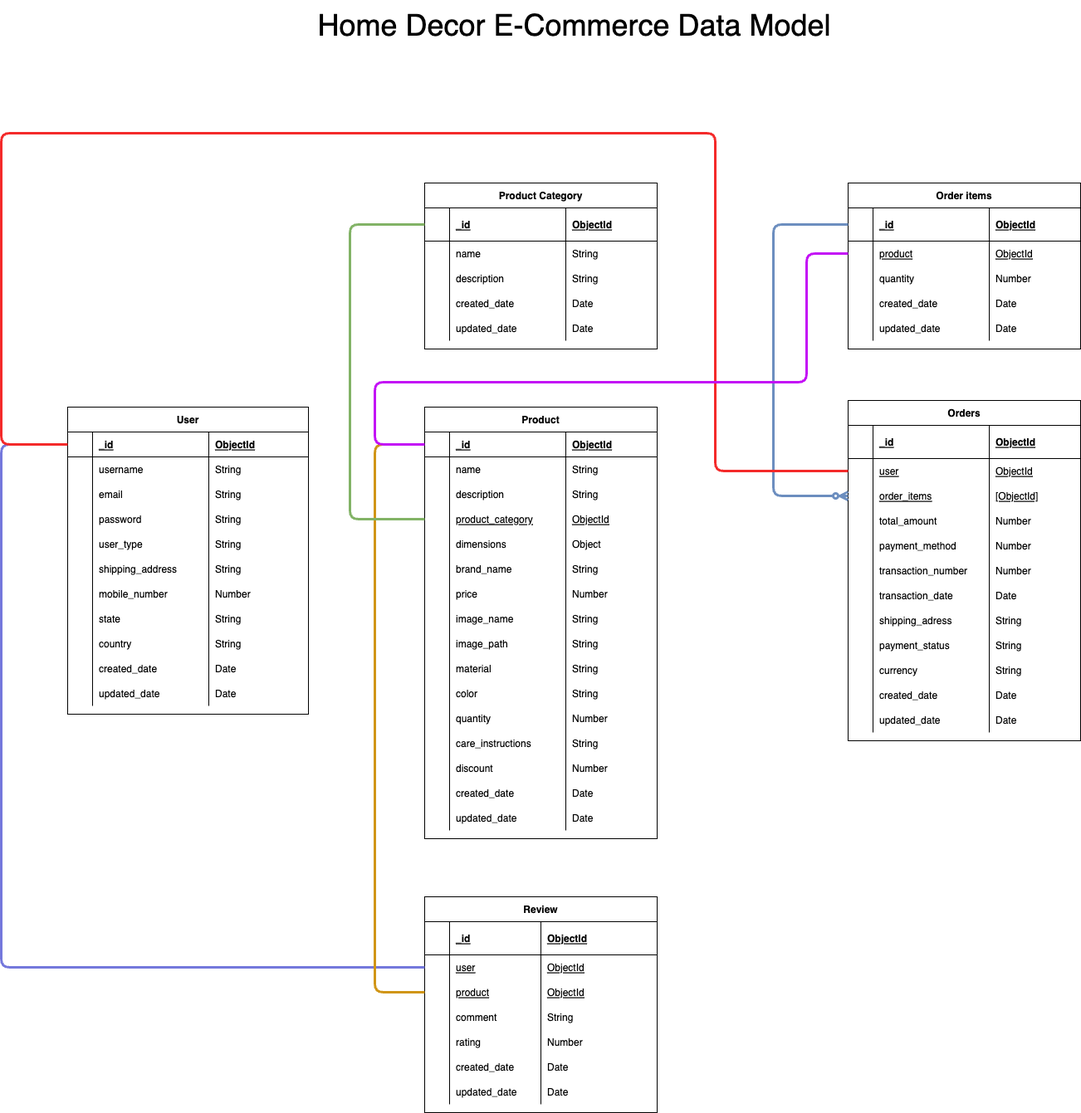
Earlier version of the draw.io export home-decor-schema-model.drawio.png (reshmanidhish/diagrams). Source tidied: cells renumbered, new cells last; positions are measured from the earlier drawing's top-left corner, leaving out a move shared by most shapes.
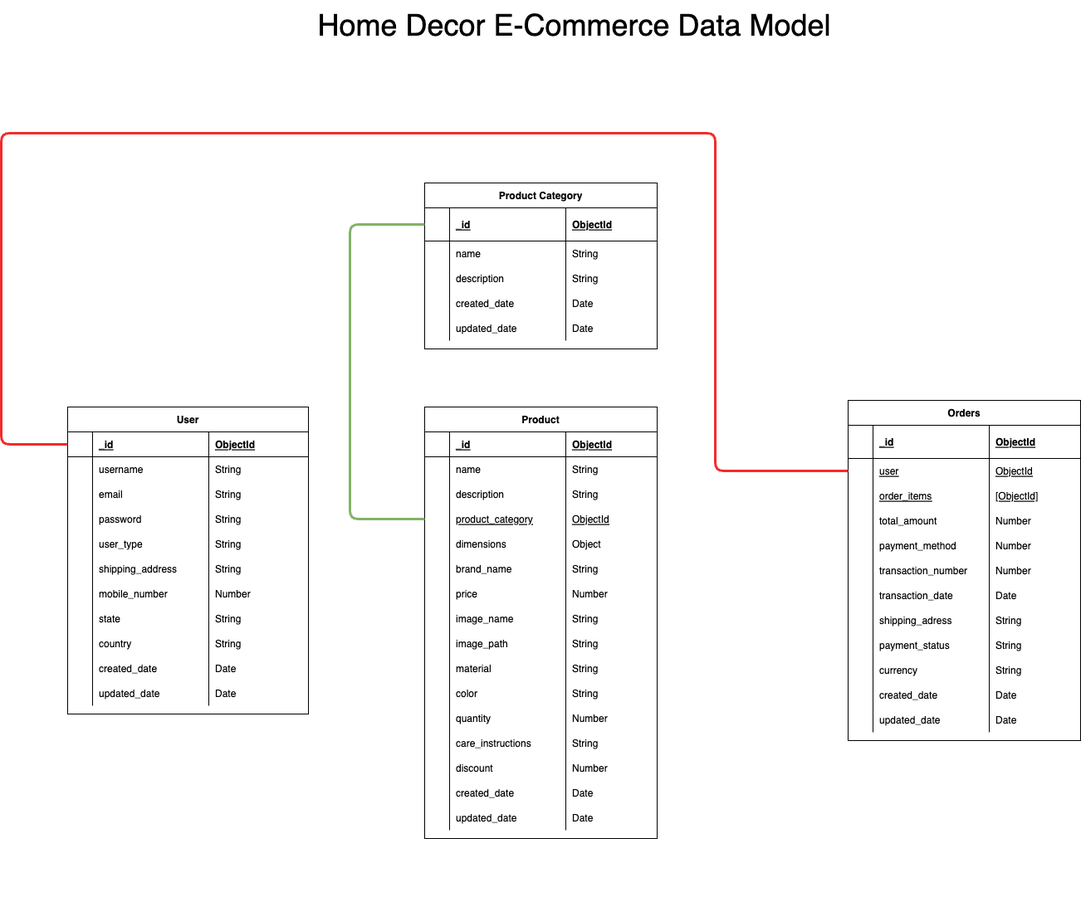
The same diagram one commit later.

The edit, as a diff of the source:
```diff
@@ -395,69 +395,6 @@
     <mxCell id="132" value="Date" style="shape=partialRectangle;overflow=hidden;fillColor=none;top=0;left=0;bottom=0;right=0;align=left;spacingLeft=6;" parent="129" vertex="1">
       <mxGeometry x="170" width="120" height="30" as="geometry" />
     </mxCell>
-    <mxCell id="133" value="Order items" style="shape=table;startSize=30;rowLines=0;fontStyle=1;align=center;columnLines=1;" parent="1" vertex="1">
-      <mxGeometry x="1020" y="220" width="280" height="200" as="geometry" />
-    </mxCell>
-    <mxCell id="134" style="shape=partialRectangle;fillColor=none;points=[[0,0.5],[1,0.5]];portConstraint=eastwest;top=0;left=0;right=0;bottom=1;" parent="133" vertex="1">
-      <mxGeometry y="30" width="280" height="40" as="geometry" />
-    </mxCell>
-    <mxCell id="135" style="shape=partialRectangle;overflow=hidden;fillColor=none;top=0;left=0;bottom=0;right=0;fontStyle=1;" parent="134" vertex="1">
-      <mxGeometry width="30" height="40" as="geometry" />
-    </mxCell>
-    <mxCell id="136" value="_id" style="shape=partialRectangle;overflow=hidden;fillColor=none;top=0;left=0;bottom=0;right=0;align=left;spacingLeft=6;fontStyle=5;" parent="134" vertex="1">
-      <mxGeometry x="30" width="140" height="40" as="geometry" />
-    </mxCell>
-    <mxCell id="137" value="ObjectId" style="shape=partialRectangle;overflow=hidden;fillColor=none;top=0;left=0;bottom=0;right=0;align=left;spacingLeft=6;fontStyle=5;" parent="134" vertex="1">
-      <mxGeometry x="170" width="110" height="40" as="geometry" />
-    </mxCell>
-    <mxCell id="138" style="shape=partialRectangle;fillColor=none;points=[[0,0.5],[1,0.5]];portConstraint=eastwest;top=0;left=0;right=0;bottom=0;" parent="133" vertex="1">
-      <mxGeometry y="70" width="280" height="30" as="geometry" />
-    </mxCell>
-    <mxCell id="139" style="shape=partialRectangle;overflow=hidden;fillColor=none;top=0;left=0;bottom=0;right=0;" parent="138" vertex="1">
-      <mxGeometry width="30" height="30" as="geometry" />
-    </mxCell>
-    <mxCell id="140" value="product" style="shape=partialRectangle;overflow=hidden;fillColor=none;top=0;left=0;bottom=0;right=0;align=left;spacingLeft=6;fontStyle=4;" parent="138" vertex="1">
-      <mxGeometry x="30" width="140" height="30" as="geometry" />
-    </mxCell>
-    <mxCell id="141" value="ObjectId" style="shape=partialRectangle;overflow=hidden;fillColor=none;top=0;left=0;bottom=0;right=0;align=left;spacingLeft=6;fontStyle=4;" parent="138" vertex="1">
-      <mxGeometry x="170" width="110" height="30" as="geometry" />
-    </mxCell>
-    <mxCell id="142" style="shape=partialRectangle;fillColor=none;top=0;left=0;right=0;bottom=0;" parent="133" vertex="1">
-      <mxGeometry y="100" width="280" height="30" as="geometry" />
-    </mxCell>
-    <mxCell id="143" style="shape=partialRectangle;overflow=hidden;fillColor=none;top=0;left=0;bottom=0;right=0;" parent="142" vertex="1">
-      <mxGeometry width="30" height="30" as="geometry" />
-    </mxCell>
-    <mxCell id="144" value="quantity" style="shape=partialRectangle;overflow=hidden;fillColor=none;top=0;left=0;bottom=0;right=0;align=left;spacingLeft=6;" parent="142" vertex="1">
-      <mxGeometry x="30" width="140" height="30" as="geometry" />
-    </mxCell>
-    <mxCell id="145" value="Number" style="shape=partialRectangle;overflow=hidden;fillColor=none;top=0;left=0;bottom=0;right=0;align=left;spacingLeft=6;" parent="142" vertex="1">
-      <mxGeometry x="170" width="110" height="30" as="geometry" />
-    </mxCell>
-    <mxCell id="146" style="shape=partialRectangle;fillColor=none;top=0;left=0;right=0;bottom=0;" parent="133" vertex="1">
-      <mxGeometry y="130" width="280" height="30" as="geometry" />
-    </mxCell>
-    <mxCell id="147" style="shape=partialRectangle;overflow=hidden;fillColor=none;top=0;left=0;bottom=0;right=0;" parent="146" vertex="1">
-      <mxGeometry width="30" height="30" as="geometry" />
-    </mxCell>
-    <mxCell id="148" value="created_date" style="shape=partialRectangle;overflow=hidden;fillColor=none;top=0;left=0;bottom=0;right=0;align=left;spacingLeft=6;" parent="146" vertex="1">
-      <mxGeometry x="30" width="140" height="30" as="geometry" />
-    </mxCell>
-    <mxCell id="149" value="Date" style="shape=partialRectangle;overflow=hidden;fillColor=none;top=0;left=0;bottom=0;right=0;align=left;spacingLeft=6;" parent="146" vertex="1">
-      <mxGeometry x="170" width="110" height="30" as="geometry" />
-    </mxCell>
-    <mxCell id="150" style="shape=partialRectangle;fillColor=none;top=0;left=0;right=0;bottom=0;" parent="133" vertex="1">
-      <mxGeometry y="160" width="280" height="30" as="geometry" />
-    </mxCell>
-    <mxCell id="151" style="shape=partialRectangle;overflow=hidden;fillColor=none;top=0;left=0;bottom=0;right=0;" parent="150" vertex="1">
-      <mxGeometry width="30" height="30" as="geometry" />
-    </mxCell>
-    <mxCell id="152" value="updated_date" style="shape=partialRectangle;overflow=hidden;fillColor=none;top=0;left=0;bottom=0;right=0;align=left;spacingLeft=6;" parent="150" vertex="1">
-      <mxGeometry x="30" width="140" height="30" as="geometry" />
-    </mxCell>
-    <mxCell id="153" value="Date" style="shape=partialRectangle;overflow=hidden;fillColor=none;top=0;left=0;bottom=0;right=0;align=left;spacingLeft=6;" parent="150" vertex="1">
-      <mxGeometry x="170" width="110" height="30" as="geometry" />
-    </mxCell>
     <mxCell id="154" value="Orders" style="shape=table;startSize=30;rowLines=0;fontStyle=1;align=center;" parent="1" vertex="1">
       <mxGeometry x="1020" y="482" width="280" height="410" as="geometry" />
     </mxCell>
@@ -608,109 +545,6 @@
     <mxCell id="203" style="shape=partialRectangle;overflow=hidden;fillColor=none;top=0;left=0;bottom=0;right=0;" parent="1" vertex="1">
       <mxGeometry x="730" y="1050" width="30" height="30" as="geometry" />
     </mxCell>
-    <mxCell id="204" value="Review" style="shape=table;startSize=30;rowLines=0;fontStyle=1;align=center;" parent="1" vertex="1">
-      <mxGeometry x="510" y="1080" width="280" height="260" as="geometry" />
-    </mxCell>
-    <mxCell id="205" style="shape=partialRectangle;fillColor=none;top=0;left=0;right=0;bottom=1;" parent="204" vertex="1">
-      <mxGeometry y="30" width="280" height="40" as="geometry" />
-    </mxCell>
-    <mxCell id="206" style="shape=partialRectangle;overflow=hidden;fillColor=none;top=0;left=0;bottom=0;right=0;fontStyle=1;" parent="205" vertex="1">
-      <mxGeometry width="30" height="40" as="geometry" />
-    </mxCell>
-    <mxCell id="207" value="_id" style="shape=partialRectangle;overflow=hidden;fillColor=none;top=0;left=0;bottom=0;right=0;align=left;spacingLeft=6;fontStyle=5;" parent="205" vertex="1">
-      <mxGeometry x="30" width="110" height="40" as="geometry" />
-    </mxCell>
-    <mxCell id="208" value="ObjectId" style="shape=partialRectangle;overflow=hidden;fillColor=none;top=0;left=0;bottom=0;right=0;align=left;spacingLeft=6;fontStyle=5;" parent="205" vertex="1">
-      <mxGeometry x="140" width="140" height="40" as="geometry" />
-    </mxCell>
-    <mxCell id="209" style="shape=partialRectangle;fillColor=none;points=[[0,0.5],[1,0.5]];portConstraint=eastwest;top=0;left=0;right=0;bottom=0;" parent="204" vertex="1">
-      <mxGeometry y="70" width="280" height="30" as="geometry" />
-    </mxCell>
-    <mxCell id="210" style="shape=partialRectangle;overflow=hidden;fillColor=none;top=0;left=0;bottom=0;right=0;" parent="209" vertex="1">
-      <mxGeometry width="30" height="30" as="geometry" />
-    </mxCell>
-    <mxCell id="211" value="user" style="shape=partialRectangle;overflow=hidden;fillColor=none;top=0;left=0;bottom=0;right=0;align=left;spacingLeft=6;fontStyle=4;" parent="209" vertex="1">
-      <mxGeometry x="30" width="110" height="30" as="geometry" />
-    </mxCell>
-    <mxCell id="212" value="ObjectId" style="shape=partialRectangle;overflow=hidden;fillColor=none;top=0;left=0;bottom=0;right=0;align=left;spacingLeft=6;fontStyle=4;" parent="209" vertex="1">
-      <mxGeometry x="140" width="140" height="30" as="geometry" />
-    </mxCell>
-    <mxCell id="213" style="shape=partialRectangle;fillColor=none;points=[[0,0.5],[1,0.5]];portConstraint=eastwest;top=0;left=0;right=0;bottom=0;" parent="204" vertex="1">
-      <mxGeometry y="100" width="280" height="30" as="geometry" />
-    </mxCell>
-    <mxCell id="214" style="shape=partialRectangle;overflow=hidden;fillColor=none;top=0;left=0;bottom=0;right=0;" parent="213" vertex="1">
-      <mxGeometry width="30" height="30" as="geometry" />
-    </mxCell>
-    <mxCell id="215" value="product" style="shape=partialRectangle;overflow=hidden;fillColor=none;top=0;left=0;bottom=0;right=0;align=left;spacingLeft=6;fontStyle=4;" parent="213" vertex="1">
-      <mxGeometry x="30" width="110" height="30" as="geometry" />
-    </mxCell>
-    <mxCell id="216" value="ObjectId" style="shape=partialRectangle;overflow=hidden;fillColor=none;top=0;left=0;bottom=0;right=0;align=left;spacingLeft=6;fontStyle=4;" parent="213" vertex="1">
-      <mxGeometry x="140" width="140" height="30" as="geometry" />
-    </mxCell>
-    <mxCell id="217" style="shape=partialRectangle;fillColor=none;top=0;left=0;right=0;bottom=0;" parent="204" vertex="1">
-      <mxGeometry y="130" width="280" height="30" as="geometry" />
-    </mxCell>
-    <mxCell id="218" style="shape=partialRectangle;overflow=hidden;fillColor=none;top=0;left=0;bottom=0;right=0;" parent="217" vertex="1">
-      <mxGeometry width="30" height="30" as="geometry" />
-    </mxCell>
-    <mxCell id="219" value="comment" style="shape=partialRectangle;overflow=hidden;fillColor=none;top=0;left=0;bottom=0;right=0;align=left;spacingLeft=6;" parent="217" vertex="1">
-      <mxGeometry x="30" width="110" height="30" as="geometry" />
-    </mxCell>
-    <mxCell id="220" value="String" style="shape=partialRectangle;overflow=hidden;fillColor=none;top=0;left=0;bottom=0;right=0;align=left;spacingLeft=6;" parent="217" vertex="1">
-      <mxGeometry x="140" width="140" height="30" as="geometry" />
-    </mxCell>
-    <mxCell id="221" style="shape=partialRectangle;fillColor=none;top=0;left=0;right=0;bottom=0;" parent="204" vertex="1">
-      <mxGeometry y="160" width="280" height="30" as="geometry" />
-    </mxCell>
-    <mxCell id="222" style="shape=partialRectangle;overflow=hidden;fillColor=none;top=0;left=0;bottom=0;right=0;" parent="221" vertex="1">
-      <mxGeometry width="30" height="30" as="geometry" />
-    </mxCell>
-    <mxCell id="223" value="rating" style="shape=partialRectangle;overflow=hidden;fillColor=none;top=0;left=0;bottom=0;right=0;align=left;spacingLeft=6;" parent="221" vertex="1">
-      <mxGeometry x="30" width="110" height="30" as="geometry" />
-    </mxCell>
-    <mxCell id="224" value="Number" style="shape=partialRectangle;overflow=hidden;fillColor=none;top=0;left=0;bottom=0;right=0;align=left;spacingLeft=6;" parent="221" vertex="1">
-      <mxGeometry x="140" width="140" height="30" as="geometry" />
-    </mxCell>
-    <mxCell id="225" style="shape=partialRectangle;fillColor=none;top=0;left=0;right=0;bottom=0;" parent="204" vertex="1">
-      <mxGeometry y="190" width="280" height="30" as="geometry" />
-    </mxCell>
-    <mxCell id="226" style="shape=partialRectangle;overflow=hidden;fillColor=none;top=0;left=0;bottom=0;right=0;" parent="225" vertex="1">
-      <mxGeometry width="30" height="30" as="geometry" />
-    </mxCell>
-    <mxCell id="227" value="created_date" style="shape=partialRectangle;overflow=hidden;fillColor=none;top=0;left=0;bottom=0;right=0;align=left;spacingLeft=6;" parent="225" vertex="1">
-      <mxGeometry x="30" width="110" height="30" as="geometry" />
-    </mxCell>
-    <mxCell id="228" value="Date" style="shape=partialRectangle;overflow=hidden;fillColor=none;top=0;left=0;bottom=0;right=0;align=left;spacingLeft=6;" parent="225" vertex="1">
-      <mxGeometry x="140" width="140" height="30" as="geometry" />
-    </mxCell>
-    <mxCell id="229" style="shape=partialRectangle;fillColor=none;top=0;left=0;right=0;bottom=0;" parent="204" vertex="1">
-      <mxGeometry y="220" width="280" height="30" as="geometry" />
-    </mxCell>
-    <mxCell id="230" style="shape=partialRectangle;overflow=hidden;fillColor=none;top=0;left=0;bottom=0;right=0;" parent="229" vertex="1">
-      <mxGeometry width="30" height="30" as="geometry" />
-    </mxCell>
-    <mxCell id="231" value="updated_date" style="shape=partialRectangle;overflow=hidden;fillColor=none;top=0;left=0;bottom=0;right=0;align=left;spacingLeft=6;" parent="229" vertex="1">
-      <mxGeometry x="30" width="110" height="30" as="geometry" />
-    </mxCell>
-    <mxCell id="232" value="Date" style="shape=partialRectangle;overflow=hidden;fillColor=none;top=0;left=0;bottom=0;right=0;align=left;spacingLeft=6;" parent="229" vertex="1">
-      <mxGeometry x="140" width="140" height="30" as="geometry" />
-    </mxCell>
-    <mxCell id="233" style="edgeStyle=orthogonalEdgeStyle;rounded=1;jettySize=auto;html=1;exitX=0;exitY=0.5;exitDx=0;exitDy=0;endArrow=none;endFill=0;startArrow=none;startFill=0;strokeWidth=3;strokeColor=#7478dc;entryX=0;entryY=0.5;entryDx=0;entryDy=0;" parent="1" edge="1" source="89" target="209">
-      <mxGeometry y="30" relative="1" as="geometry">
-        <Array as="points">
-          <mxPoint y="535" />
-          <mxPoint y="1165" />
-        </Array>
-      </mxGeometry>
-    </mxCell>
-    <mxCell id="234" style="edgeStyle=orthogonalEdgeStyle;rounded=1;jettySize=auto;html=1;exitX=0;exitY=0.5;exitDx=0;exitDy=0;entryX=0;entryY=0.5;entryDx=0;entryDy=0;endArrow=none;endFill=0;startArrow=none;startFill=0;strokeColor=#d09516;strokeWidth=3;" parent="1" edge="1" source="3" target="213">
-      <mxGeometry relative="1" as="geometry">
-        <Array as="points">
-          <mxPoint x="450" y="535" />
-          <mxPoint x="450" y="1195" />
-        </Array>
-      </mxGeometry>
-    </mxCell>
     <mxCell id="235" style="edgeStyle=orthogonalEdgeStyle;rounded=1;jettySize=auto;html=1;exitX=0;exitY=0.5;exitDx=0;exitDy=0;endArrow=none;endFill=0;startArrow=none;startFill=0;strokeColor=#82b366;strokeWidth=3;entryX=0;entryY=0.5;entryDx=0;entryDy=0;fillColor=#d5e8d4;" parent="1" edge="1" source="68" target="15">
       <mxGeometry relative="1" as="geometry">
         <Array as="points">
@@ -719,14 +553,6 @@
         </Array>
       </mxGeometry>
     </mxCell>
-    <mxCell id="236" style="edgeStyle=orthogonalEdgeStyle;rounded=1;jettySize=auto;html=1;exitX=0;exitY=0.5;exitDx=0;exitDy=0;endArrow=ERzeroToMany;endFill=0;startArrow=none;startFill=0;strokeColor=#6c8ebf;strokeWidth=3;entryX=0;entryY=0.5;entryDx=0;entryDy=0;noJump=0;fillColor=#dae8fc;" parent="1" edge="1" source="134" target="163">
-      <mxGeometry relative="1" as="geometry">
-        <Array as="points">
-          <mxPoint x="930" y="270" />
-          <mxPoint x="930" y="597" />
-        </Array>
-      </mxGeometry>
-    </mxCell>
     <mxCell id="237" style="edgeStyle=orthogonalEdgeStyle;rounded=1;jettySize=auto;html=1;exitX=0;exitY=0.5;exitDx=0;exitDy=0;endArrow=none;endFill=0;startArrow=none;startFill=0;strokeColor=#f42a2a;strokeWidth=3;entryX=0;entryY=0.5;entryDx=0;entryDy=0;noJump=0;snapToPoint=0;" parent="1" edge="1" source="89" target="159">
       <mxGeometry relative="1" as="geometry">
         <Array as="points">
@@ -737,16 +563,6 @@
         </Array>
       </mxGeometry>
     </mxCell>
-    <mxCell id="238" style="edgeStyle=orthogonalEdgeStyle;rounded=1;jettySize=auto;html=1;exitX=0;exitY=0.5;exitDx=0;exitDy=0;endArrow=none;endFill=0;startArrow=none;startFill=0;strokeColor=#c30ff5;strokeWidth=3;entryX=0;entryY=0.5;entryDx=0;entryDy=0;noJump=0;" parent="1" edge="1" source="138" target="3">
-      <mxGeometry relative="1" as="geometry">
-        <Array as="points">
-          <mxPoint x="970" y="305" />
-          <mxPoint x="970" y="460" />
-          <mxPoint x="450" y="460" />
-          <mxPoint x="450" y="535" />
-        </Array>
-      </mxGeometry>
-    </mxCell>
     <mxCell id="239" value="&lt;font style=&quot;font-size: 36px;&quot;&gt;Home Decor E-Commerce Data Model&amp;nbsp;&lt;/font&gt;" style="text;html=1;align=center;verticalAlign=middle;strokeColor=none;fillColor=none;" parent="1" vertex="1">
       <mxGeometry x="370" width="650" height="60" as="geometry" />
     </mxCell>
```
